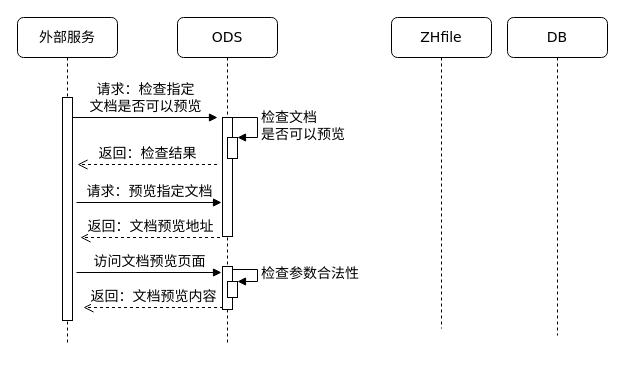
This is page "文档预览" (2 of 3) of ODS.drawio from waterwatermelon/graph, a draw.io file, before an edit. Source tidied: cells renumbered, new cells numbered last; positions are measured from the earlier drawing's top-left corner, leaving out a move shared by most shapes. Both pictures are drawn from the tidied source at 100%, with x=0, y=0 at pixel (17, 17).
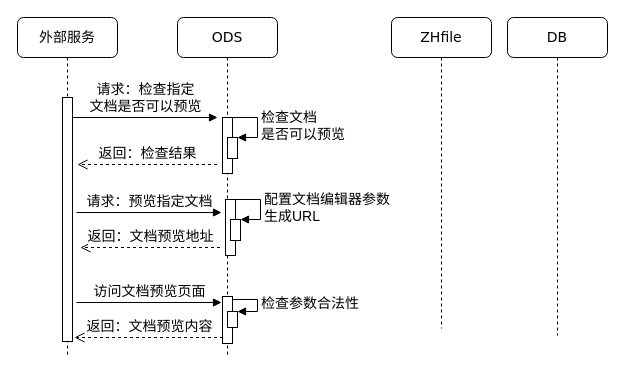
The same diagram, later.

Diff of the diagram source:
```diff
@@
     <mxCell id="3" value="外部服务" style="shape=umlLifeline;perimeter=lifelinePerimeter;whiteSpace=wrap;html=1;rounded=1;shadow=0;comic=0;labelBackgroundColor=none;strokeWidth=1;fontFamily=Verdana;fontSize=14;align=center;" parent="1" vertex="1">
-      <mxGeometry width="100" height="326" as="geometry" />
+      <mxGeometry width="100" height="337" as="geometry" />
     </mxCell>
@@
     <mxCell id="5" value="ODS" style="shape=umlLifeline;perimeter=lifelinePerimeter;whiteSpace=wrap;html=1;rounded=1;shadow=0;comic=0;labelBackgroundColor=none;strokeWidth=1;fontFamily=Verdana;fontSize=14;align=center;" parent="1" vertex="1">
-      <mxGeometry x="160" width="100" height="327" as="geometry" />
+      <mxGeometry x="160" width="100" height="338" as="geometry" />
     </mxCell>
     <mxCell id="6" style="html=1;perimeter=orthogonalPerimeter;fontSize=14;" parent="5" vertex="1">
-      <mxGeometry x="45" y="100" width="10" height="119" as="geometry" />
+      <mxGeometry x="45" y="100" width="10" height="56" as="geometry" />
     </mxCell>
     <mxCell id="7" style="html=1;perimeter=orthogonalPerimeter;fontSize=14;" parent="5" vertex="1">
-      <mxGeometry x="45" y="249" width="10" height="43" as="geometry" />
+      <mxGeometry x="45" y="279" width="10" height="47" as="geometry" />
     </mxCell>
+    <mxCell id="19" style="html=1;perimeter=orthogonalPerimeter;fontSize=14;" parent="5" vertex="1">
+      <mxGeometry x="48" y="182" width="10" height="56" as="geometry" />
+    </mxCell>
+    <mxCell id="20" style="html=1;points=[];perimeter=orthogonalPerimeter;fontSize=14;" parent="5" vertex="1">
+      <mxGeometry x="53" y="202" width="10" height="21" as="geometry" />
+    </mxCell>
+    <mxCell id="21" value="配置文档编辑器参数&lt;br&gt;生成URL" style="edgeStyle=orthogonalEdgeStyle;html=1;align=left;spacingLeft=2;endArrow=block;rounded=0;entryX=1;entryY=0;fontSize=14;" parent="5" edge="1" target="20">
+      <mxGeometry relative="1" as="geometry">
+        <mxPoint x="58" y="182" as="sourcePoint" />
+        <Array as="points">
+          <mxPoint x="83" y="182" />
+        </Array>
+      </mxGeometry>
+    </mxCell>
     <mxCell id="8" style="html=1;perimeter=orthogonalPerimeter;fontSize=14;" parent="1" vertex="1">
-      <mxGeometry x="45" y="80" width="10" height="223" as="geometry" />
+      <mxGeometry x="45" y="80" width="10" height="244" as="geometry" />
     </mxCell>
@@
     <mxCell id="12" style="html=1;points=[];perimeter=orthogonalPerimeter;fontSize=14;" parent="1" vertex="1">
-      <mxGeometry x="210" y="264" width="10" height="16" as="geometry" />
+      <mxGeometry x="210" y="294" width="10" height="16" as="geometry" />
     </mxCell>
     <mxCell id="13" value="检查参数合法性" style="edgeStyle=orthogonalEdgeStyle;html=1;align=left;spacingLeft=2;endArrow=block;rounded=0;entryX=1;entryY=0;fontSize=14;" parent="1" edge="1" target="12">
       <mxGeometry relative="1" as="geometry">
-        <mxPoint x="215" y="252" as="sourcePoint" />
+        <mxPoint x="215" y="282" as="sourcePoint" />
         <Array as="points">
-          <mxPoint x="240" y="252" />
+          <mxPoint x="240" y="282" />
         </Array>
       </mxGeometry>
     </mxCell>
     <mxCell id="14" value="返回：文档预览地址" style="html=1;verticalAlign=bottom;endArrow=open;dashed=1;endSize=8;fontSize=14;" parent="1" edge="1">
       <mxGeometry relative="1" as="geometry">
-        <mxPoint x="202.5" y="220" as="sourcePoint" />
-        <mxPoint x="63" y="220" as="targetPoint" />
+        <mxPoint x="202.5" y="230" as="sourcePoint" />
+        <mxPoint x="63" y="230" as="targetPoint" />
       </mxGeometry>
     </mxCell>
@@
     <mxCell id="16" value="请求：预览指定文档" style="html=1;verticalAlign=bottom;endArrow=block;fontSize=14;" parent="1" edge="1">
       <mxGeometry relative="1" as="geometry">
-        <mxPoint x="59" y="185" as="sourcePoint" />
-        <mxPoint x="204" y="185" as="targetPoint" />
+        <mxPoint x="59" y="195" as="sourcePoint" />
+        <mxPoint x="204" y="195" as="targetPoint" />
       </mxGeometry>
     </mxCell>
     <mxCell id="17" value="访问文档预览页面" style="html=1;verticalAlign=bottom;endArrow=block;fontSize=14;" parent="1" edge="1">
       <mxGeometry relative="1" as="geometry">
-        <mxPoint x="59" y="255" as="sourcePoint" />
-        <mxPoint x="204" y="255" as="targetPoint" />
+        <mxPoint x="59" y="285" as="sourcePoint" />
+        <mxPoint x="204" y="285" as="targetPoint" />
       </mxGeometry>
     </mxCell>
     <mxCell id="18" value="返回：文档预览内容" style="html=1;verticalAlign=bottom;endArrow=open;dashed=1;endSize=8;fontSize=14;" parent="1" edge="1">
       <mxGeometry relative="1" as="geometry">
-        <mxPoint x="205.5" y="290" as="sourcePoint" />
-        <mxPoint x="66" y="290" as="targetPoint" />
+        <mxPoint x="205.5" y="320" as="sourcePoint" />
+        <mxPoint x="57" y="320" as="targetPoint" />
       </mxGeometry>
     </mxCell>
```
